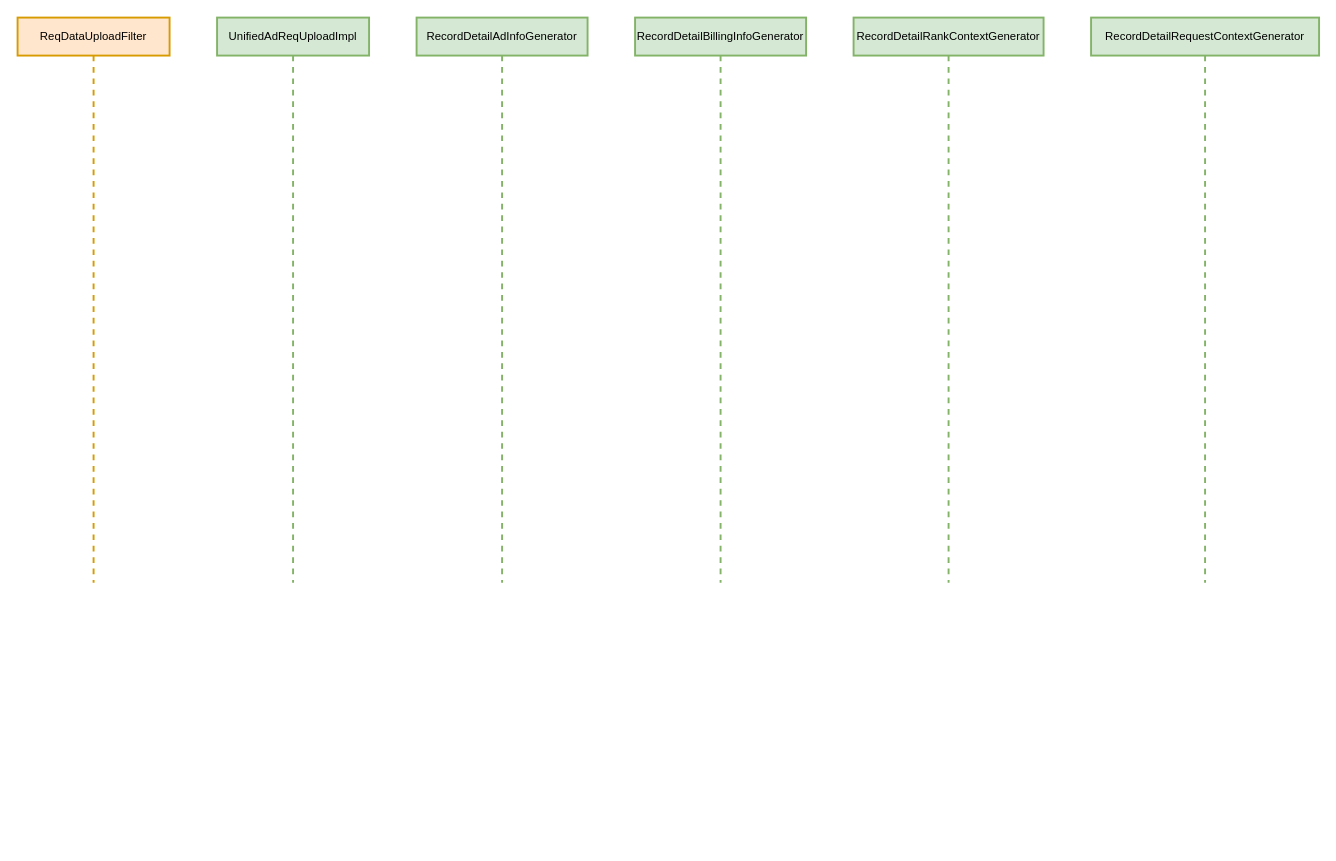
This is page "统一上报Req" (3 of 10) of universal-engine/universal-transparent.drawio from karlchan-cn/drawio-repository, a draw.io file, before an edit. Source tidied: cells renumbered, new cells numbered last; positions are measured from the earlier drawing's top-left corner, leaving out a move shared by most shapes. Both pictures are drawn from the tidied source at 95%, with x=0, y=0 at pixel (17, 17).
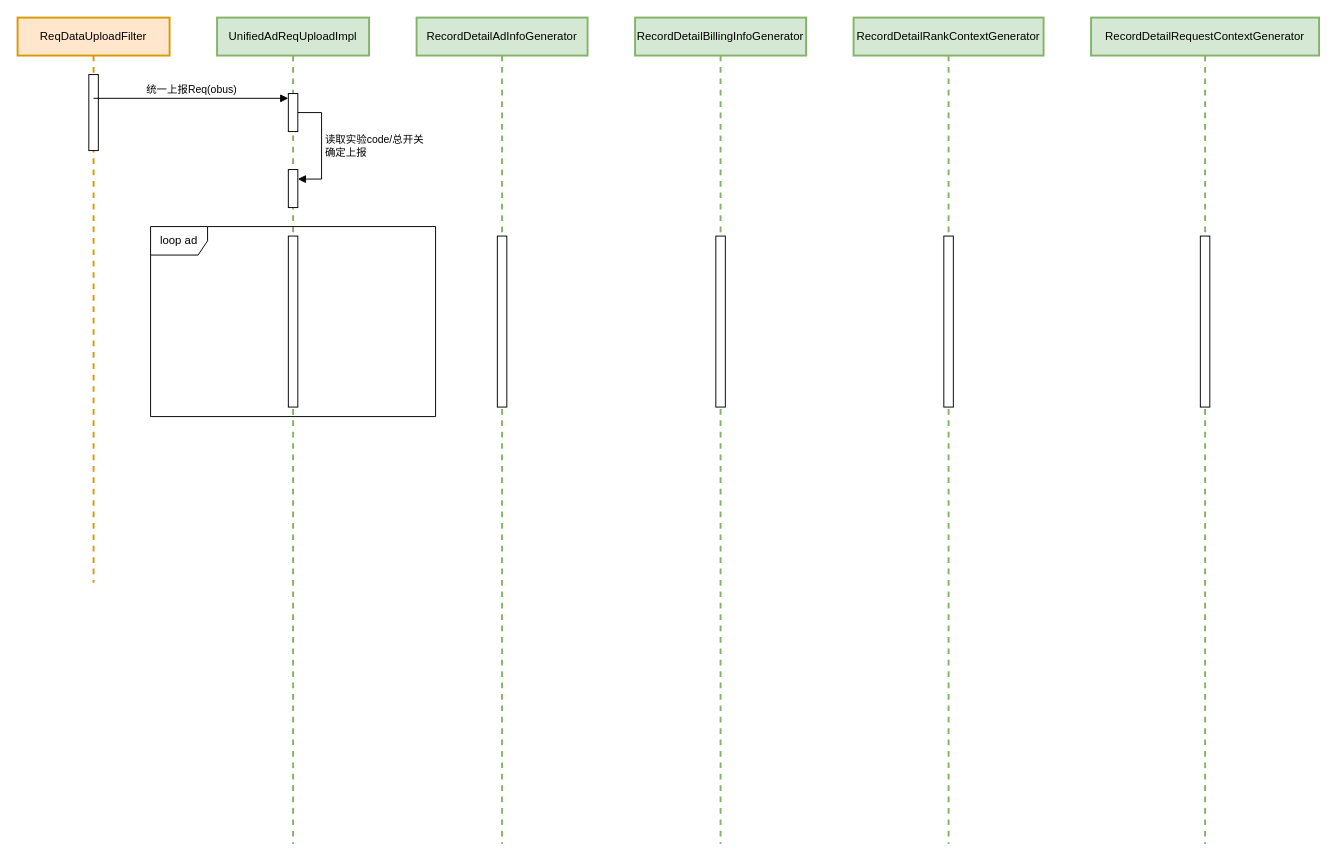
Above is the later version.

The change refers to these unchanged cells:
```xml
<mxCell id="2" value="ReqDataUploadFilter" style="shape=umlLifeline;perimeter=lifelinePerimeter;whiteSpace=wrap;html=1;outlineConnect=0;portConstraint=eastwest;newEdgeStyle={&quot;curved&quot;:0,&quot;rounded&quot;:0};fillColor=#ffe6cc;strokeColor=#d79b00;strokeWidth=2;" parent="1" vertex="1">
  <mxGeometry width="160" height="595" as="geometry" />
</mxCell>
```

Diff of the diagram source:
```diff
@@
+    <mxCell id="8" style="html=1;perimeter=orthogonalPerimeter;targetShapes=umlLifeline;newEdgeStyle={&quot;curved&quot;:0,&quot;rounded&quot;:0};" parent="2" vertex="1">
+      <mxGeometry x="75" y="60" width="10" height="80" as="geometry" />
+    </mxCell>
     <mxCell id="3" value="UnifiedAdReqUploadImpl" style="shape=umlLifeline;perimeter=lifelinePerimeter;whiteSpace=wrap;html=1;newEdgeStyle={&quot;curved&quot;:0,&quot;rounded&quot;:0};fillColor=#d5e8d4;strokeColor=#82b366;strokeWidth=2;" parent="1" vertex="1">
-      <mxGeometry x="210" width="160" height="595" as="geometry" />
+      <mxGeometry x="210" width="160" height="870" as="geometry" />
     </mxCell>
+    <mxCell id="9" style="html=1;points=[[0,0,0,0,5],[0,1,0,0,-5],[1,0,0,0,5],[1,1,0,0,-5]];perimeter=orthogonalPerimeter;outlineConnect=0;targetShapes=umlLifeline;portConstraint=eastwest;newEdgeStyle={&quot;curved&quot;:0,&quot;rounded&quot;:0};" parent="3" vertex="1">
+      <mxGeometry x="75" y="80" width="10" height="40" as="geometry" />
+    </mxCell>
+    <mxCell id="10" style="html=1;points=[[0,0,0,0,5],[0,1,0,0,-5],[1,0,0,0,5],[1,1,0,0,-5]];perimeter=orthogonalPerimeter;outlineConnect=0;targetShapes=umlLifeline;portConstraint=eastwest;newEdgeStyle={&quot;curved&quot;:0,&quot;rounded&quot;:0};" parent="3" vertex="1">
+      <mxGeometry x="75" y="160" width="10" height="40" as="geometry" />
+    </mxCell>
+    <mxCell id="11" value="读取实验code/总开关&lt;br&gt;确定上报" style="html=1;align=left;spacingLeft=2;endArrow=block;rounded=0;edgeStyle=orthogonalEdgeStyle;curved=0;rounded=0;" parent="3" edge="1" source="9" target="10">
+      <mxGeometry relative="1" as="geometry">
+        <Array as="points">
+          <mxPoint x="110" y="100" />
+          <mxPoint x="110" y="170" />
+        </Array>
+      </mxGeometry>
+    </mxCell>
+    <mxCell id="12" style="html=1;perimeter=orthogonalPerimeter;targetShapes=umlLifeline;newEdgeStyle={&quot;curved&quot;:0,&quot;rounded&quot;:0};" parent="3" vertex="1">
+      <mxGeometry x="75" y="230" width="10" height="180" as="geometry" />
+    </mxCell>
     <mxCell id="4" value="RecordDetailAdInfoGenerator" style="shape=umlLifeline;perimeter=lifelinePerimeter;whiteSpace=wrap;html=1;newEdgeStyle={&quot;curved&quot;:0,&quot;rounded&quot;:0};fillColor=#d5e8d4;strokeColor=#82b366;strokeWidth=2;" parent="1" vertex="1">
-      <mxGeometry x="420" width="180" height="595" as="geometry" />
+      <mxGeometry x="420" width="180" height="870" as="geometry" />
     </mxCell>
+    <mxCell id="13" style="html=1;perimeter=orthogonalPerimeter;targetShapes=umlLifeline;newEdgeStyle={&quot;curved&quot;:0,&quot;rounded&quot;:0};" parent="4" vertex="1">
+      <mxGeometry x="85" y="230" width="10" height="180" as="geometry" />
+    </mxCell>
     <mxCell id="5" value="RecordDetailBillingInfoGenerator" style="shape=umlLifeline;perimeter=lifelinePerimeter;whiteSpace=wrap;html=1;newEdgeStyle={&quot;curved&quot;:0,&quot;rounded&quot;:0};fillColor=#d5e8d4;strokeColor=#82b366;strokeWidth=2;" parent="1" vertex="1">
-      <mxGeometry x="650" width="180" height="595" as="geometry" />
+      <mxGeometry x="650" width="180" height="870" as="geometry" />
     </mxCell>
+    <mxCell id="14" style="html=1;perimeter=orthogonalPerimeter;targetShapes=umlLifeline;newEdgeStyle={&quot;curved&quot;:0,&quot;rounded&quot;:0};" parent="5" vertex="1">
+      <mxGeometry x="85" y="230" width="10" height="180" as="geometry" />
+    </mxCell>
     <mxCell id="6" value="RecordDetailRankContextGenerator" style="shape=umlLifeline;perimeter=lifelinePerimeter;whiteSpace=wrap;html=1;newEdgeStyle={&quot;curved&quot;:0,&quot;rounded&quot;:0};fillColor=#d5e8d4;strokeColor=#82b366;strokeWidth=2;" parent="1" vertex="1">
-      <mxGeometry x="880" width="200" height="595" as="geometry" />
+      <mxGeometry x="880" width="200" height="870" as="geometry" />
     </mxCell>
+    <mxCell id="15" style="html=1;perimeter=orthogonalPerimeter;targetShapes=umlLifeline;newEdgeStyle={&quot;curved&quot;:0,&quot;rounded&quot;:0};" parent="6" vertex="1">
+      <mxGeometry x="95" y="230" width="10" height="180" as="geometry" />
+    </mxCell>
     <mxCell id="7" value="RecordDetailRequestContextGenerator" style="shape=umlLifeline;perimeter=lifelinePerimeter;whiteSpace=wrap;html=1;newEdgeStyle={&quot;curved&quot;:0,&quot;rounded&quot;:0};fillColor=#d5e8d4;strokeColor=#82b366;strokeWidth=2;" parent="1" vertex="1">
-      <mxGeometry x="1130" width="240" height="595" as="geometry" />
+      <mxGeometry x="1130" width="240" height="870" as="geometry" />
     </mxCell>
+    <mxCell id="16" style="html=1;perimeter=orthogonalPerimeter;targetShapes=umlLifeline;newEdgeStyle={&quot;curved&quot;:0,&quot;rounded&quot;:0};" parent="7" vertex="1">
+      <mxGeometry x="115" y="230" width="10" height="180" as="geometry" />
+    </mxCell>
+    <mxCell id="17" value="统一上报Req(obus)" style="html=1;verticalAlign=bottom;endArrow=block;curved=0;rounded=0;entryX=0;entryY=0;entryDx=0;entryDy=5;" parent="1" edge="1" source="2" target="9">
+      <mxGeometry relative="1" as="geometry" />
+    </mxCell>
+    <mxCell id="18" value="loop ad" style="shape=umlFrame;whiteSpace=wrap;html=1;" parent="1" vertex="1">
+      <mxGeometry x="140" y="220" width="300" height="200" as="geometry" />
+    </mxCell>
```
